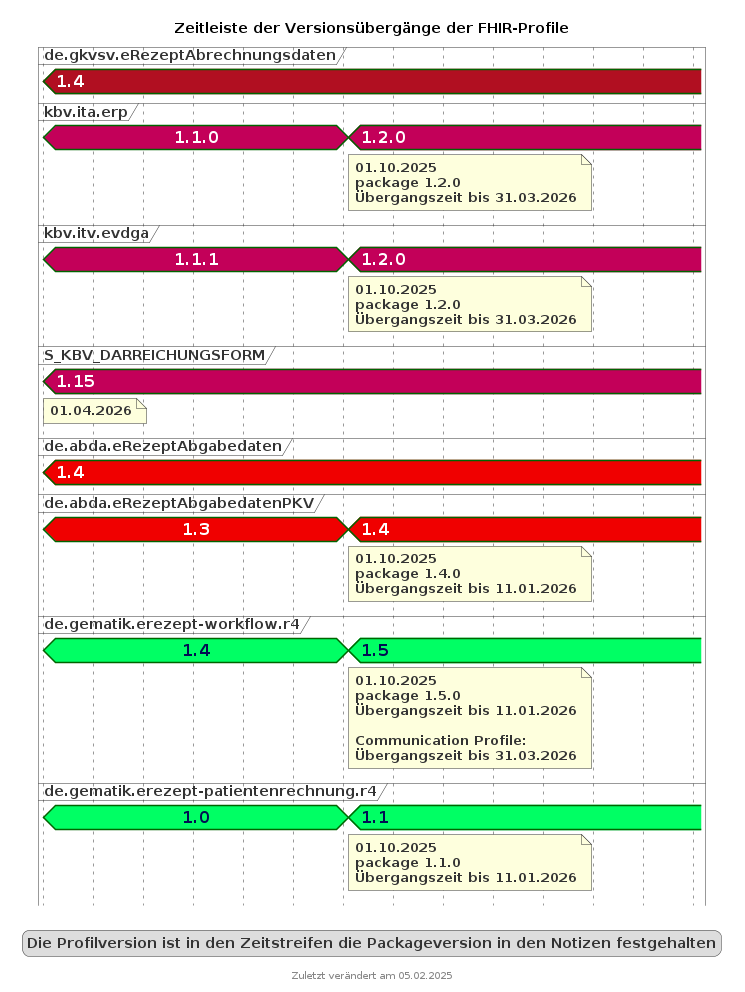
gematik/api-erp keeps this PlantUML diagram as images/puml_fhir_version_timeline.png. Above is the earlier version.
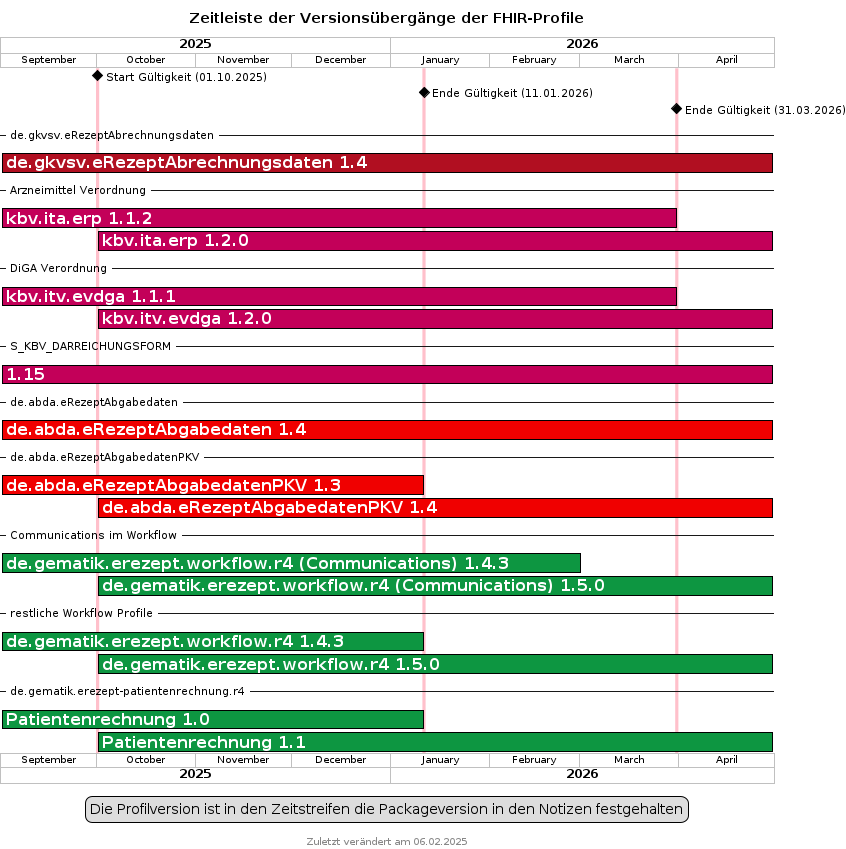
The same diagram one commit later.

Commit message:
update FHIR version timeline image

Change to the diagram source:
```diff
@@ -1,76 +1,86 @@
-@startuml fhir_version_timeline
+@startgantt fhir_version_timeline
+
 <style>
-timingDiagram {
-  .kbvcolor {
-    FontColor #ffffff
-    Fontsize 16
-    FontStyle bold
-    Backgroundcolor #c30059
-  }
-  .gematikcolor {
-    FontColor #000e52
-    Fontsize 16
-    FontStyle bold
-    Backgroundcolor #00ff64
-  }
-  .davcolor {
-    FontColor #ffffff
-    Fontsize 16
-    FontStyle bold
-    BackgroundColor #f00000
-  }
-  .gkvcolor {
-    FontColor #ffffff
-    Fontsize 16
-    FontStyle bold
-    BackgroundColor #b10f21
-  }
+ganttDiagram {
+   task {
+      BackGroundColor GreenYellow
+      LineColor Green
+      FontColor white
+      FontSize 16
+      FontStyle bold
+   }
+   undone {
+       BackGroundColor red
+   }
 }
 </style>
 title Zeitleiste der Versionsübergänge der FHIR-Profile
-footer Zuletzt verändert am 05.02.2025
+footer Zuletzt verändert am 06.02.2025
 
+projectscale monthly zoom 3
+Project starts 2025-09-01
 
-concise "de.gkvsv.eRezeptAbrechnungsdaten" as GKV <<gkvcolor>>
-concise "kbv.ita.erp" as KBV <<kbvcolor>>
-concise "kbv.itv.evdga" as DGA <<kbvcolor>>
-concise "S_KBV_DARREICHUNGSFORM" as DF <<kbvcolor>>
-concise "de.abda.eRezeptAbgabedaten" as DAV <<davcolor>>
-concise "de.abda.eRezeptAbgabedatenPKV" as PKV <<davcolor>>
-concise "de.gematik.erezept-workflow.r4" as gematik <<gematikcolor>>
-concise "de.gematik.erezept-patientenrechnung.r4" as gematikpkv <<gematikcolor>>
+2025-10-01 is colored pink
+2026-01-11 is colored pink
+2026-03-31 is colored pink
 
+[Start Gültigkeit (01.10.2025)] happens on 2025-10-01
+[Ende Gültigkeit (11.01.2026)] happens on 2026-01-11
+[Ende Gültigkeit (31.03.2026)] happens on 2026-03-31
 
-scale 2592000 as 50 pixels
-hide time-axis
+-- de.gkvsv.eRezeptAbrechnungsdaten --
+[de.gkvsv.eRezeptAbrechnungsdaten 1.4] starts 2025-09-01 and ends 2026-04-30
+[de.gkvsv.eRezeptAbrechnungsdaten 1.4] is colored in #b10f21/black
 
-@2025/04/01
-GKV is 1.4
-KBV is 1.1.0
-DGA is 1.1.1
-DF is 1.15
-note bottom of DF : 01.04.2026
-gematik is 1.4
-gematikpkv is 1.0
-DAV is 1.4
-PKV is 1.3
+-- Arzneimittel Verordnung --
 
-@2025/10/01
-KBV is 1.2.0
-note bottom of KBV : 01.10.2025\npackage 1.2.0\nÜbergangszeit bis 31.03.2026
-DGA is 1.2.0
-note bottom of DGA : 01.10.2025\npackage 1.2.0\nÜbergangszeit bis 31.03.2026
-gematik is 1.5
-note bottom of gematik : 01.10.2025\npackage 1.5.0\nÜbergangszeit bis 11.01.2026\n\nCommunication Profile:\nÜbergangszeit bis 31.03.2026
-gematikpkv is 1.1
-note bottom of gematikpkv : 01.10.2025\npackage 1.1.0\nÜbergangszeit bis 11.01.2026
-PKV is 1.4
-note bottom of PKV : 01.10.2025\npackage 1.4.0\nÜbergangszeit bis 11.01.2026
+[kbv.ita.erp 1.1.2] starts 2025-09-01 and ends 2026-03-31
+[kbv.ita.erp 1.1.2] is colored in #c30059/black
+[kbv.ita.erp 1.2.0] starts 2025-10-01 and ends 2026-04-30
+[kbv.ita.erp 1.2.0] is colored in #c30059/black
 
-@2026/03/31
+-- DiGA Verordnung --
+
+[kbv.itv.evdga 1.1.1] starts 2025-09-01 and ends 2026-03-31
+[kbv.itv.evdga 1.1.1] is colored in #c30059/black
+[kbv.itv.evdga 1.2.0] starts 2025-10-01 and ends 2026-04-30
+[kbv.itv.evdga 1.2.0] is colored in #c30059/black
+
+-- S_KBV_DARREICHUNGSFORM --
+[1.15] starts 2025-09-01 and ends 2026-04-30
+[1.15] is colored in #c30059/black
+
+-- de.abda.eRezeptAbgabedaten --
+[de.abda.eRezeptAbgabedaten 1.4] starts 2025-09-01 and ends 2026-04-30
+[de.abda.eRezeptAbgabedaten 1.4] is colored in #f00000/black
+
+-- de.abda.eRezeptAbgabedatenPKV --
+[de.abda.eRezeptAbgabedatenPKV 1.3] starts 2025-09-01 and ends 2026-01-11
+[de.abda.eRezeptAbgabedatenPKV 1.3] is colored in #f00000/black
+[de.abda.eRezeptAbgabedatenPKV 1.4] starts 2025-10-01 and ends 2026-04-30
+[de.abda.eRezeptAbgabedatenPKV 1.4] is colored in #f00000/black
+
+-- Communications im Workflow --
+
+[de.gematik.erezept.workflow.r4 (Communications) 1.4.3] starts 2025-09-01 and ends 2026-03-01
+[de.gematik.erezept.workflow.r4 (Communications) 1.4.3] is colored in #0D9641/black
+[de.gematik.erezept.workflow.r4 (Communications) 1.5.0] starts 2025-10-01 and ends 2026-04-30
+[de.gematik.erezept.workflow.r4 (Communications) 1.5.0] is colored in #0D9641/black
+
+-- restliche Workflow Profile --
+[de.gematik.erezept.workflow.r4 1.4.3] starts 2025-09-01 and ends 2026-01-11
+[de.gematik.erezept.workflow.r4 1.4.3] is colored in #0D9641/black
+[de.gematik.erezept.workflow.r4 1.5.0] starts 2025-10-01 and ends 2026-04-30
+[de.gematik.erezept.workflow.r4 1.5.0] is colored in #0D9641/black
+
+-- de.gematik.erezept-patientenrechnung.r4 --
+[Patientenrechnung 1.0] starts 2025-09-01 and ends 2026-01-11
+[Patientenrechnung 1.0] is colored in #0D9641/black
+[Patientenrechnung 1.1] starts 2025-10-01 and ends 2026-04-30
+[Patientenrechnung 1.1] is colored in #0D9641/black
 
 legend
 Die Profilversion ist in den Zeitstreifen die Packageversion in den Notizen festgehalten
 end legend
 
-@enduml
+@endgantt
```
